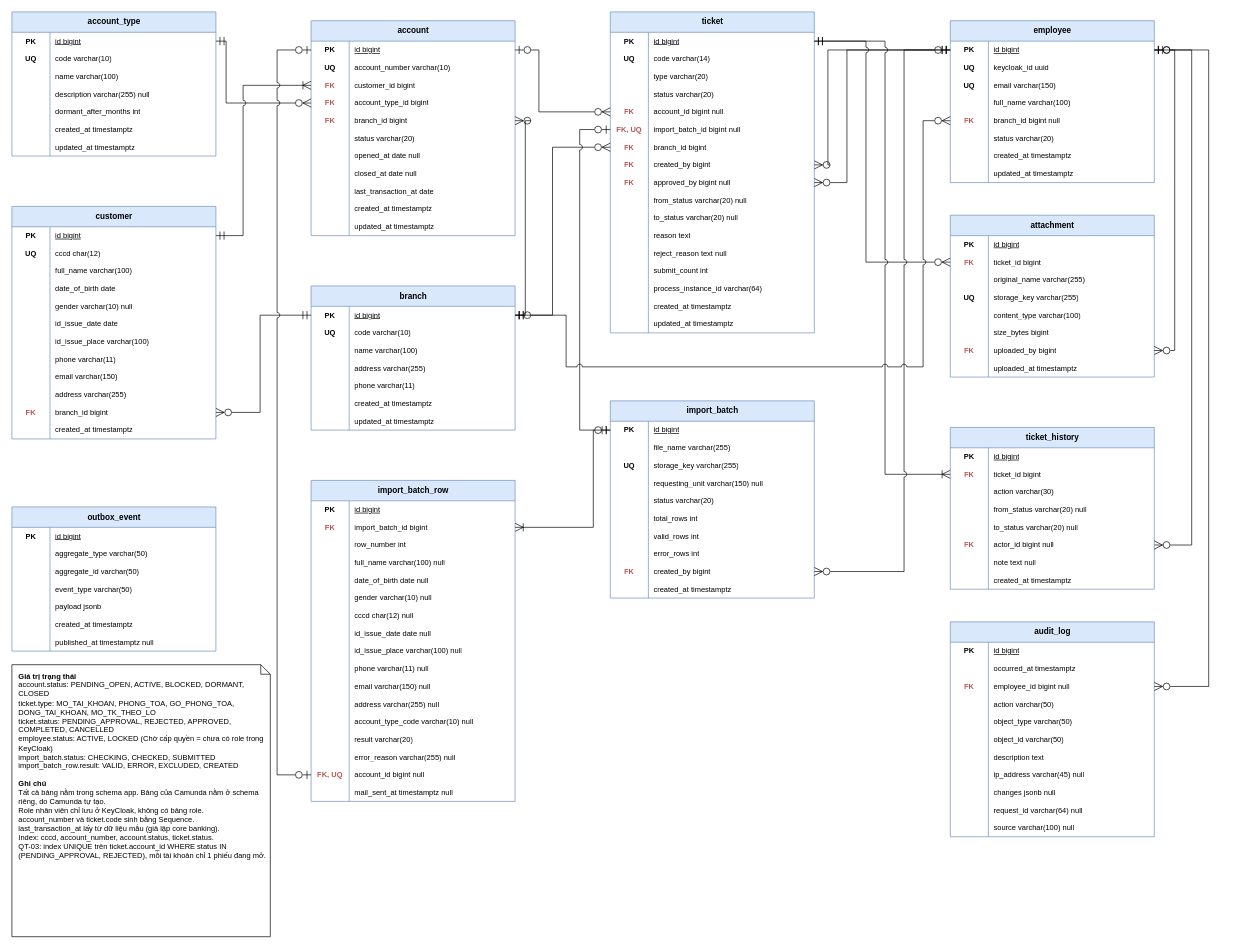
Above: docs/diagrams/erd.drawio in Arielne/account-lifecycle-portal (draw.io), before the change. Source tidied: cells renumbered, new cells numbered last; positions are measured from the earlier drawing's top-left corner, leaving out a move shared by most shapes. Both pictures are drawn from the tidied source at 68%, with x=0, y=0 at pixel (12, 12).
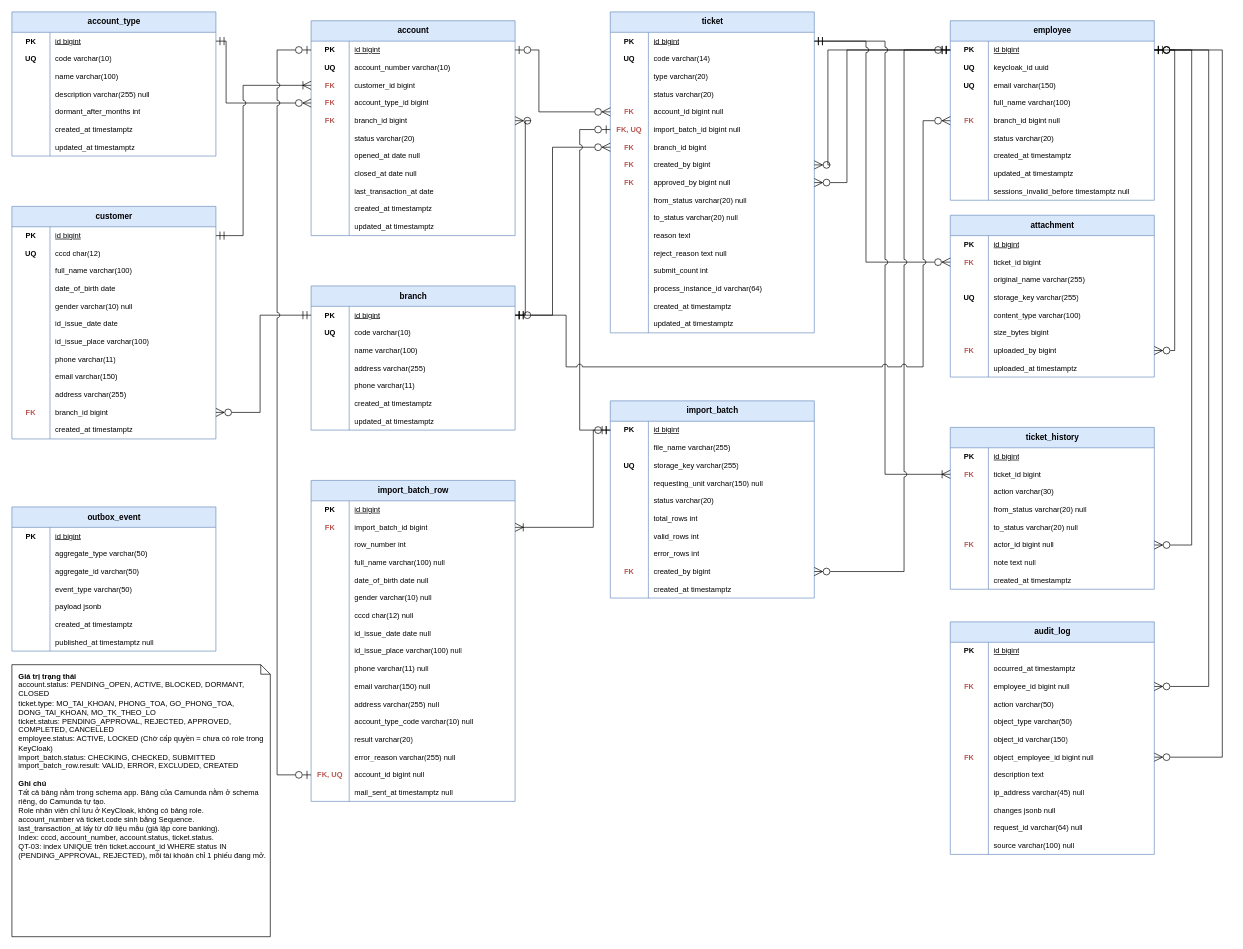
The same page after the edit.

The change refers to these unchanged cells:
```xml
<mxCell id="278" style="shape=tableRow;horizontal=0;startSize=0;swimlaneHead=0;swimlaneBody=0;fillColor=none;points=[[0,0.5],[1,0.5]];portConstraint=eastwest;top=0;left=0;right=0;bottom=0;html=1;" parent="277" vertex="1">
  <mxGeometry y="30" width="300" height="26" as="geometry" />
</mxCell>
<mxCell id="343" style="shape=tableRow;horizontal=0;startSize=0;swimlaneHead=0;swimlaneBody=0;fillColor=none;top=0;left=0;right=0;bottom=0;html=1;" parent="327" vertex="1">
  <mxGeometry y="160" width="300" height="26" as="geometry" />
</mxCell>
```

Diff of the diagram source:
```diff
@@
     <mxCell id="277" value="employee" style="shape=table;startSize=30;childLayout=tableLayout;rowLines=0;fontStyle=1;align=center;html=1;fillColor=#dae8fc;strokeColor=#6c8ebf;" parent="1" vertex="1">
-      <mxGeometry x="1380" y="13" width="300" height="238" as="geometry" />
+      <mxGeometry x="1380" y="13" width="300" height="264" as="geometry" />
     </mxCell>
@@
+    <mxCell id="402" style="shape=tableRow;horizontal=0;startSize=0;swimlaneHead=0;swimlaneBody=0;fillColor=none;top=0;left=0;right=0;bottom=0;html=1;" parent="277" vertex="1">
+      <mxGeometry y="238" width="300" height="26" as="geometry" />
+    </mxCell>
+    <mxCell id="403" style="shape=partialRectangle;fillColor=none;top=0;left=0;bottom=0;right=0;fontStyle=1;overflow=hidden;html=1;whiteSpace=wrap;fontSize=11;" parent="402" vertex="1">
+      <mxGeometry width="56" height="26" as="geometry" />
+    </mxCell>
+    <mxCell id="404" value="sessions_invalid_before timestamptz null" style="shape=partialRectangle;fillColor=none;top=0;left=0;bottom=0;right=0;align=left;spacingLeft=6;overflow=hidden;html=1;whiteSpace=wrap;fontSize=11;" parent="402" vertex="1">
+      <mxGeometry x="56" width="244" height="26" as="geometry" />
+    </mxCell>
@@
     <mxCell id="327" value="audit_log" style="shape=table;startSize=30;childLayout=tableLayout;rowLines=0;fontStyle=1;align=center;html=1;fillColor=#dae8fc;strokeColor=#6c8ebf;" parent="1" vertex="1">
-      <mxGeometry x="1380" y="897" width="300" height="316" as="geometry" />
+      <mxGeometry x="1380" y="897" width="300" height="342" as="geometry" />
     </mxCell>
@@
-    <mxCell id="345" value="object_id varchar(50)" style="shape=partialRectangle;fillColor=none;top=0;left=0;bottom=0;right=0;align=left;spacingLeft=6;overflow=hidden;html=1;whiteSpace=wrap;fontSize=11;" parent="343" vertex="1">
+    <mxCell id="345" value="object_id varchar(150)" style="shape=partialRectangle;fillColor=none;top=0;left=0;bottom=0;right=0;align=left;spacingLeft=6;overflow=hidden;html=1;whiteSpace=wrap;fontSize=11;" parent="343" vertex="1">
       <mxGeometry x="56" width="244" height="26" as="geometry" />
     </mxCell>
+    <mxCell id="405" style="shape=tableRow;horizontal=0;startSize=0;swimlaneHead=0;swimlaneBody=0;fillColor=none;points=[[0,0.5],[1,0.5]];portConstraint=eastwest;top=0;left=0;right=0;bottom=0;html=1;" parent="327" vertex="1">
+      <mxGeometry y="186" width="300" height="26" as="geometry" />
+    </mxCell>
+    <mxCell id="406" value="FK" style="shape=partialRectangle;fillColor=none;top=0;left=0;bottom=0;right=0;fontStyle=1;overflow=hidden;html=1;whiteSpace=wrap;fontSize=11;fontColor=#B85450;" parent="405" vertex="1">
+      <mxGeometry width="56" height="26" as="geometry" />
+    </mxCell>
+    <mxCell id="407" value="object_employee_id bigint null" style="shape=partialRectangle;fillColor=none;top=0;left=0;bottom=0;right=0;align=left;spacingLeft=6;overflow=hidden;html=1;whiteSpace=wrap;fontSize=11;" parent="405" vertex="1">
+      <mxGeometry x="56" width="244" height="26" as="geometry" />
+    </mxCell>
     <mxCell id="346" style="shape=tableRow;horizontal=0;startSize=0;swimlaneHead=0;swimlaneBody=0;fillColor=none;top=0;left=0;right=0;bottom=0;html=1;" parent="327" vertex="1">
-      <mxGeometry y="186" width="300" height="26" as="geometry" />
+      <mxGeometry y="212" width="300" height="26" as="geometry" />
     </mxCell>
@@
     <mxCell id="349" style="shape=tableRow;horizontal=0;startSize=0;swimlaneHead=0;swimlaneBody=0;fillColor=none;top=0;left=0;right=0;bottom=0;html=1;" parent="327" vertex="1">
-      <mxGeometry y="212" width="300" height="26" as="geometry" />
+      <mxGeometry y="238" width="300" height="26" as="geometry" />
     </mxCell>
@@
     <mxCell id="352" style="shape=tableRow;horizontal=0;startSize=0;swimlaneHead=0;swimlaneBody=0;fillColor=none;top=0;left=0;right=0;bottom=0;html=1;" parent="327" vertex="1">
-      <mxGeometry y="238" width="300" height="26" as="geometry" />
+      <mxGeometry y="264" width="300" height="26" as="geometry" />
     </mxCell>
@@
     <mxCell id="355" style="shape=tableRow;horizontal=0;startSize=0;swimlaneHead=0;swimlaneBody=0;fillColor=none;top=0;left=0;right=0;bottom=0;html=1;" parent="327" vertex="1">
-      <mxGeometry y="264" width="300" height="26" as="geometry" />
+      <mxGeometry y="290" width="300" height="26" as="geometry" />
     </mxCell>
@@
     <mxCell id="358" style="shape=tableRow;horizontal=0;startSize=0;swimlaneHead=0;swimlaneBody=0;fillColor=none;top=0;left=0;right=0;bottom=0;html=1;" parent="327" vertex="1">
-      <mxGeometry y="290" width="300" height="26" as="geometry" />
+      <mxGeometry y="316" width="300" height="26" as="geometry" />
     </mxCell>
@@
+    <mxCell id="408" style="edgeStyle=orthogonalEdgeStyle;rounded=0;html=1;jumpStyle=arc;jumpSize=8;startArrow=ERzeroToMany;endArrow=ERzeroToOne;startFill=0;endFill=0;startSize=10;endSize=10;exitX=1;exitY=0.5;exitDx=0;exitDy=0;entryX=1;entryY=0.5;entryDx=0;entryDy=0;" parent="1" edge="1" source="405" target="278">
+      <mxGeometry relative="1" as="geometry">
+        <Array as="points">
+          <mxPoint x="1780" y="1096" />
+          <mxPoint x="1780" y="56" />
+        </Array>
+      </mxGeometry>
+    </mxCell>
```
